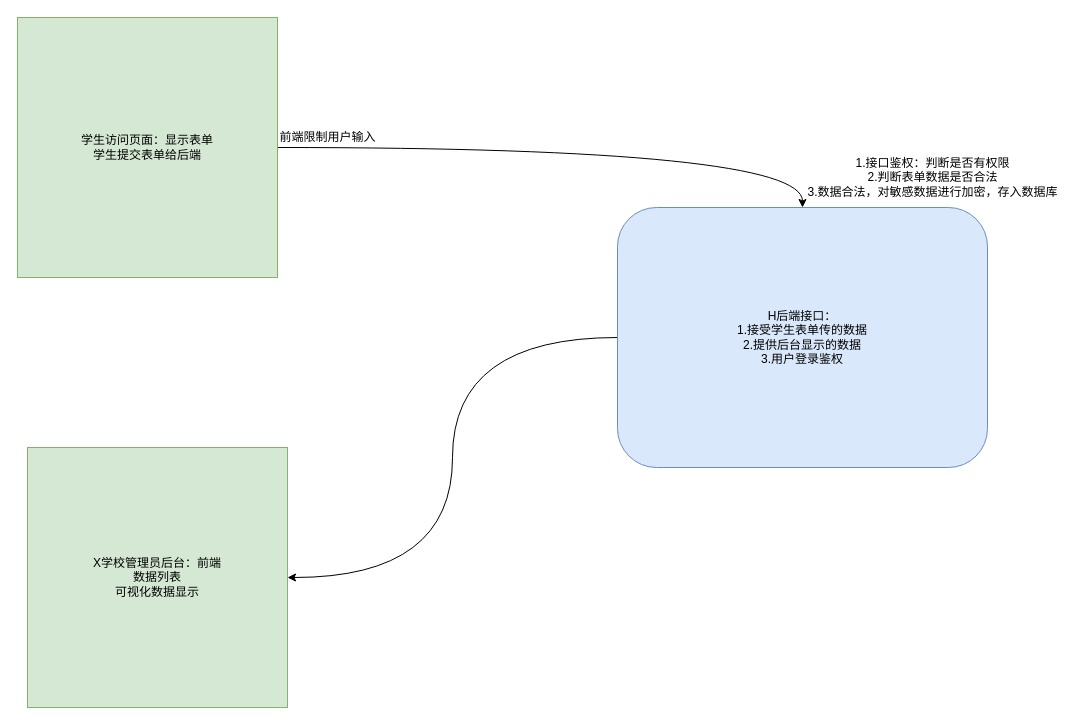
Above: 笔记/Untitled Diagram.drawio in MrChihiro/chihiro-notes (draw.io), before the change. Source tidied: cells renumbered, new cells numbered last; positions are measured from the earlier drawing's top-left corner, leaving out a move shared by most shapes. Both pictures are drawn from the tidied source at 100%, with x=0, y=0 at pixel (17, 17).
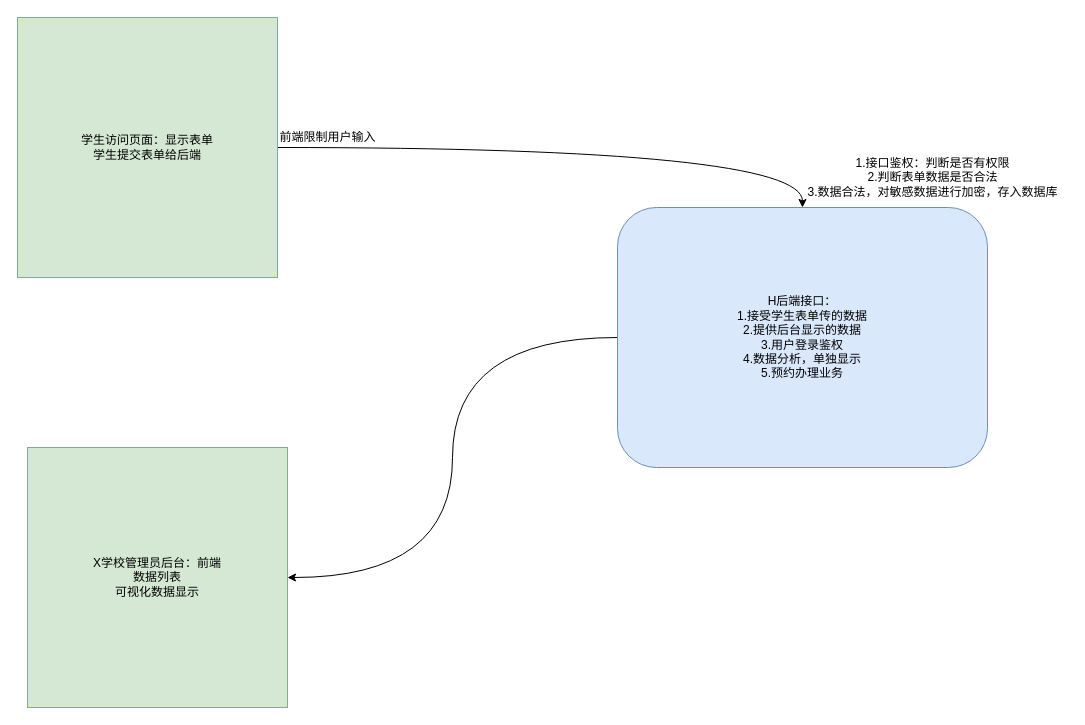
After the change.

Diff of the diagram source:
```diff
@@
 <mxGraphModel>
   <root>
     <mxCell id="0" />
     <mxCell id="1" parent="0" />
     <mxCell id="2" style="edgeStyle=orthogonalEdgeStyle;rounded=0;jettySize=auto;html=1;entryX=0.5;entryY=0;entryDx=0;entryDy=0;elbow=vertical;exitX=1;exitY=0.5;exitDx=0;exitDy=0;curved=1;" parent="1" edge="1" source="3" target="6">
       <mxGeometry relative="1" as="geometry" />
     </mxCell>
     <mxCell id="3" value="学生访问页面：显示表单&lt;br&gt;学生提交表单给后端&lt;br&gt;" style="whiteSpace=wrap;html=1;fillColor=#d5e8d4;strokeColor=#82b366;" parent="1" vertex="1">
       <mxGeometry width="260" height="260" as="geometry" />
     </mxCell>
     <mxCell id="4" value="X学校管理员后台：前端&lt;br&gt;数据列表&lt;br&gt;可视化数据显示&lt;br&gt;" style="whiteSpace=wrap;html=1;fillColor=#d5e8d4;strokeColor=#82b366;" parent="1" vertex="1">
       <mxGeometry x="10" y="430" width="260" height="260" as="geometry" />
     </mxCell>
     <mxCell id="5" style="edgeStyle=orthogonalEdgeStyle;curved=1;rounded=0;jettySize=auto;html=1;elbow=vertical;" parent="1" edge="1" source="6" target="4">
       <mxGeometry relative="1" as="geometry" />
     </mxCell>
-    <mxCell id="6" value="H后端接口：&lt;br&gt;1.接受学生表单传的数据&lt;br&gt;2.提供后台显示的数据&lt;br&gt;3.用户登录鉴权&lt;br&gt;" style="rounded=1;whiteSpace=wrap;html=1;fillColor=#dae8fc;strokeColor=#6c8ebf;" parent="1" vertex="1">
+    <mxCell id="6" value="H后端接口：&lt;br&gt;1.接受学生表单传的数据&lt;br&gt;2.提供后台显示的数据&lt;br&gt;3.用户登录鉴权&lt;br&gt;4.数据分析，单独显示&lt;br&gt;5.预约办理业务&lt;br&gt;" style="rounded=1;whiteSpace=wrap;html=1;fillColor=#dae8fc;strokeColor=#6c8ebf;" parent="1" vertex="1">
       <mxGeometry x="600" y="190" width="370" height="260" as="geometry" />
     </mxCell>
     <mxCell id="7" value="1.接口鉴权：判断是否有权限&lt;br&gt;2.判断表单数据是否合法&lt;br&gt;3.数据合法，对敏感数据进行加密，存入数据库" style="text;html=1;align=center;verticalAlign=middle;fillColor=none;strokeColor=none;rounded=0;" parent="1" vertex="1">
       <mxGeometry x="780" y="130" width="270" height="60" as="geometry" />
     </mxCell>
     <mxCell id="8" value="前端限制用户输入" style="text;html=1;align=center;verticalAlign=middle;fillColor=none;strokeColor=none;rounded=0;" parent="1" vertex="1">
       <mxGeometry x="250" y="105" width="120" height="30" as="geometry" />
     </mxCell>
   </root>
 </mxGraphModel>
```
